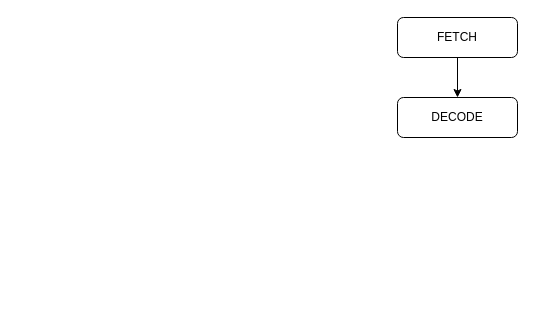
This is page "State Machine" (3 of 4) of Datapath.drawio from SachiniW/RISC-V_Processor, a draw.io file, before an edit. Source tidied: cells renumbered, new cells numbered last; positions are measured from the earlier drawing's top-left corner, leaving out a move shared by most shapes. Both pictures are drawn from the tidied source at 100%, with x=0, y=0 at pixel (397, 17).
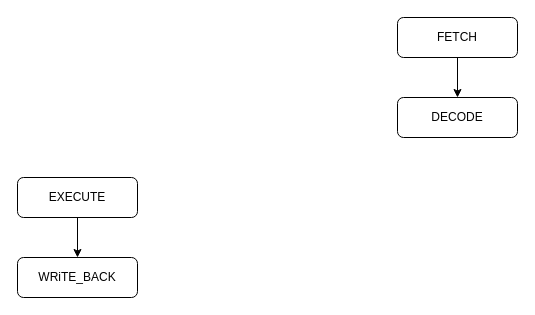
Above is the later version.

Diff of the diagram source:
```diff
@@
 <mxGraphModel>
   <root>
     <mxCell id="0" />
     <mxCell id="1" parent="0" />
     <mxCell id="2" style="edgeStyle=none;html=1;" parent="1" edge="1" source="3" target="4">
       <mxGeometry relative="1" as="geometry" />
     </mxCell>
     <mxCell id="3" value="FETCH" style="rounded=1;whiteSpace=wrap;html=1;" parent="1" vertex="1">
       <mxGeometry width="120" height="40" as="geometry" />
     </mxCell>
     <mxCell id="4" value="DECODE" style="rounded=1;whiteSpace=wrap;html=1;" parent="1" vertex="1">
       <mxGeometry y="80" width="120" height="40" as="geometry" />
     </mxCell>
+    <mxCell id="5" style="edgeStyle=none;html=1;" parent="1" edge="1" source="6" target="7">
+      <mxGeometry relative="1" as="geometry" />
+    </mxCell>
+    <mxCell id="6" value="EXECUTE" style="rounded=1;whiteSpace=wrap;html=1;" parent="1" vertex="1">
+      <mxGeometry x="-380" y="160" width="120" height="40" as="geometry" />
+    </mxCell>
+    <mxCell id="7" value="WRiTE_BACK" style="whiteSpace=wrap;html=1;rounded=1;" parent="1" vertex="1">
+      <mxGeometry x="-380" y="240" width="120" height="40" as="geometry" />
+    </mxCell>
   </root>
 </mxGraphModel>
```
